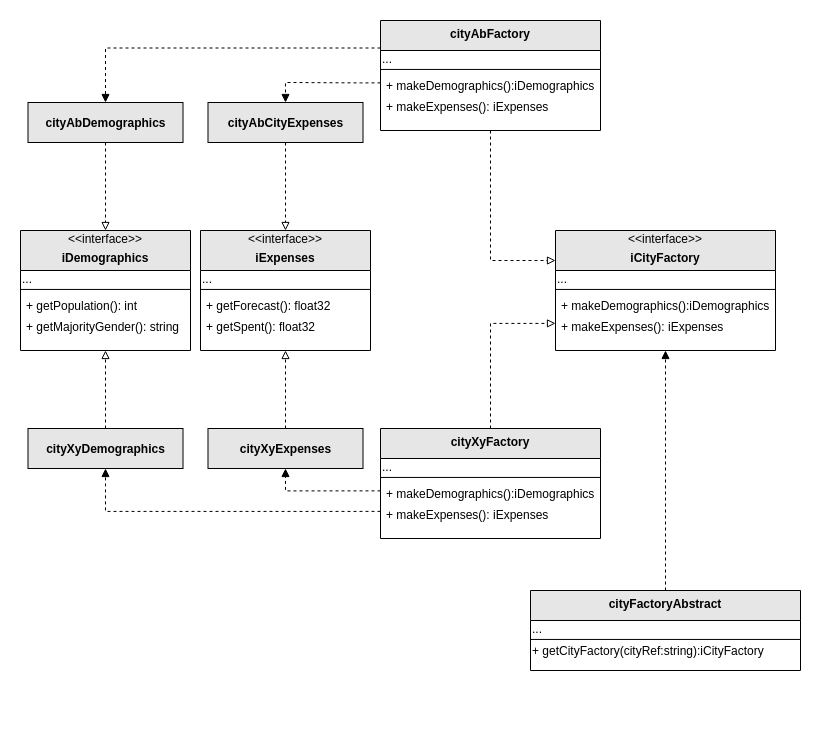
Above: AbstractFactory/sample.png in marcelkohl/go-design-patterns (draw.io), before the change. Source tidied: cells renumbered, new cells last; positions are measured from the earlier drawing's top-left corner, leaving out a move shared by most shapes.
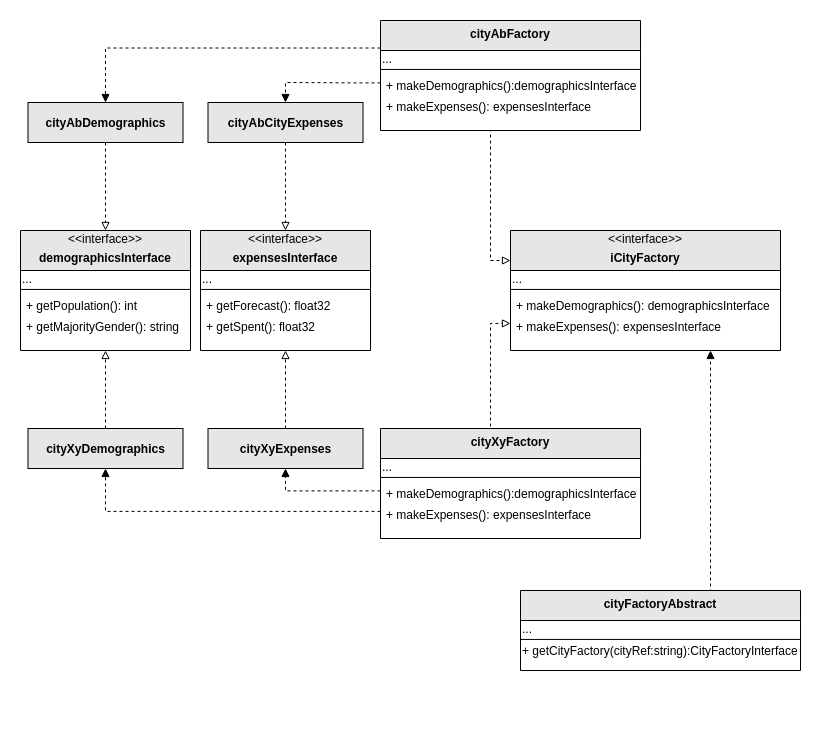
After the change.

The edit, as a diff of the source:
```diff
@@ -3,72 +3,69 @@
     <mxCell id="0" />
     <mxCell id="1" parent="0" />
     <mxCell id="2" style="group;fontFamily=Verdana;rounded=0;glass=0;" parent="1" vertex="1">
-      <mxGeometry x="535" y="210" width="220" height="120" as="geometry" />
+      <mxGeometry x="490" y="210" width="270" height="120" as="geometry" />
     </mxCell>
     <mxCell id="3" value="&#10;iCityFactory" style="swimlane;fontStyle=1;align=center;verticalAlign=top;horizontal=1;startSize=40;rounded=0;shadow=0;strokeWidth=1;fillColor=#E6E6E6;" parent="2" vertex="1">
-      <mxGeometry width="220" height="120" as="geometry" />
+      <mxGeometry width="270" height="120" as="geometry" />
     </mxCell>
     <mxCell id="4" value="..." style="text;html=1;strokeColor=none;fillColor=none;align=left;verticalAlign=middle;whiteSpace=wrap;rounded=0;" parent="3" vertex="1">
-      <mxGeometry y="40" width="220" height="15.8" as="geometry" />
+      <mxGeometry y="40" width="270" height="15.8" as="geometry" />
     </mxCell>
     <mxCell id="5" style="line;html=1;strokeWidth=1;align=left;verticalAlign=middle;spacingTop=-1;spacingLeft=3;spacingRight=3;labelPosition=right;" parent="3" vertex="1">
-      <mxGeometry y="55.8" width="220" height="6.3" as="geometry" />
+      <mxGeometry y="55.8" width="270" height="6.3" as="geometry" />
     </mxCell>
-    <mxCell id="6" value="+ makeDemographics():iDemographics" style="text;align=left;verticalAlign=top;spacingLeft=4;spacingRight=4;overflow=hidden;" parent="3" vertex="1">
-      <mxGeometry y="62.1" width="220" height="20.5" as="geometry" />
+    <mxCell id="6" value="+ makeDemographics(): demographicsInterface" style="text;align=left;verticalAlign=top;spacingLeft=4;spacingRight=4;overflow=hidden;" parent="3" vertex="1">
+      <mxGeometry y="62.1" width="270" height="20.5" as="geometry" />
     </mxCell>
-    <mxCell id="7" value="+ makeExpenses(): iExpenses" style="text;align=left;verticalAlign=top;spacingLeft=4;spacingRight=4;overflow=hidden;points=[[0,0.5],[1,0.5]];portConstraint=eastwest;" parent="3" vertex="1">
-      <mxGeometry y="82.6" width="220" height="20.5" as="geometry" />
+    <mxCell id="7" value="+ makeExpenses(): expensesInterface" style="text;align=left;verticalAlign=top;spacingLeft=4;spacingRight=4;overflow=hidden;points=[[0,0.5],[1,0.5]];portConstraint=eastwest;" parent="3" vertex="1">
+      <mxGeometry y="82.6" width="270" height="20.5" as="geometry" />
     </mxCell>
     <mxCell id="8" value="&amp;lt;&amp;lt;interface&amp;gt;&amp;gt;" style="text;html=1;strokeColor=none;fillColor=none;align=center;verticalAlign=middle;whiteSpace=wrap;rounded=0;" parent="2" vertex="1">
-      <mxGeometry width="220" height="15.8" as="geometry" />
+      <mxGeometry width="270" height="15.8" as="geometry" />
     </mxCell>
     <mxCell id="9" style="group;fontFamily=Verdana;rounded=0;glass=0;" parent="1" vertex="1">
-      <mxGeometry x="360" width="220" height="120" as="geometry" />
+      <mxGeometry x="360" width="260" height="120" as="geometry" />
     </mxCell>
     <mxCell id="10" value="cityAbFactory" style="swimlane;fontStyle=1;align=center;verticalAlign=top;horizontal=1;startSize=30;rounded=0;shadow=0;strokeWidth=1;fillColor=#E6E6E6;" parent="9" vertex="1">
-      <mxGeometry width="220" height="110" as="geometry" />
+      <mxGeometry width="260" height="110" as="geometry" />
     </mxCell>
     <mxCell id="11" value="..." style="text;html=1;strokeColor=none;fillColor=none;align=left;verticalAlign=middle;whiteSpace=wrap;rounded=0;" parent="10" vertex="1">
-      <mxGeometry y="30" width="220" height="15.8" as="geometry" />
+      <mxGeometry y="30" width="260" height="15.8" as="geometry" />
     </mxCell>
     <mxCell id="12" style="line;html=1;strokeWidth=1;align=left;verticalAlign=middle;spacingTop=-1;spacingLeft=3;spacingRight=3;labelPosition=right;" parent="10" vertex="1">
-      <mxGeometry y="45.8" width="220" height="6.3" as="geometry" />
+      <mxGeometry y="45.8" width="260" height="6.3" as="geometry" />
     </mxCell>
-    <mxCell id="13" value="+ makeDemographics():iDemographics" style="text;align=left;verticalAlign=top;spacingLeft=4;spacingRight=4;overflow=hidden;points=[[0,0.5],[1,0.5]];portConstraint=eastwest;" parent="10" vertex="1">
-      <mxGeometry y="52.1" width="220" height="20.5" as="geometry" />
+    <mxCell id="13" value="+ makeDemographics():demographicsInterface&#10;" style="text;align=left;verticalAlign=top;spacingLeft=4;spacingRight=4;overflow=hidden;points=[[0,0.5],[1,0.5]];portConstraint=eastwest;" parent="10" vertex="1">
+      <mxGeometry y="52.1" width="260" height="20.5" as="geometry" />
     </mxCell>
-    <mxCell id="14" value="+ makeExpenses(): iExpenses" style="text;align=left;verticalAlign=top;spacingLeft=4;spacingRight=4;overflow=hidden;" parent="10" vertex="1">
-      <mxGeometry y="72.6" width="220" height="20.5" as="geometry" />
+    <mxCell id="14" value="+ makeExpenses(): expensesInterface" style="text;align=left;verticalAlign=top;spacingLeft=4;spacingRight=4;overflow=hidden;" parent="10" vertex="1">
+      <mxGeometry y="72.6" width="260" height="20.5" as="geometry" />
     </mxCell>
     <mxCell id="15" style="group;fontFamily=Verdana;rounded=0;glass=0;" parent="1" vertex="1">
-      <mxGeometry x="360" y="408" width="220" height="120" as="geometry" />
+      <mxGeometry x="360" y="408" width="260" height="120" as="geometry" />
     </mxCell>
     <mxCell id="16" value="cityXyFactory" style="swimlane;fontStyle=1;align=center;verticalAlign=top;horizontal=1;startSize=30;rounded=0;shadow=0;strokeWidth=1;fillColor=#E6E6E6;" parent="15" vertex="1">
-      <mxGeometry width="220" height="110" as="geometry" />
+      <mxGeometry width="260" height="110" as="geometry" />
     </mxCell>
     <mxCell id="17" value="..." style="text;html=1;strokeColor=none;fillColor=none;align=left;verticalAlign=middle;whiteSpace=wrap;rounded=0;" parent="16" vertex="1">
-      <mxGeometry y="30" width="220" height="15.8" as="geometry" />
+      <mxGeometry y="30" width="260" height="15.8" as="geometry" />
     </mxCell>
     <mxCell id="18" style="line;html=1;strokeWidth=1;align=left;verticalAlign=middle;spacingTop=-1;spacingLeft=3;spacingRight=3;labelPosition=right;" parent="16" vertex="1">
-      <mxGeometry y="45.8" width="220" height="6.3" as="geometry" />
+      <mxGeometry y="45.8" width="260" height="6.3" as="geometry" />
     </mxCell>
-    <mxCell id="19" value="+ makeDemographics():iDemographics" style="text;align=left;verticalAlign=top;spacingLeft=4;spacingRight=4;overflow=hidden;points=[[0,0.5],[1,0.5]];portConstraint=eastwest;" parent="16" vertex="1">
-      <mxGeometry y="52.1" width="220" height="20.5" as="geometry" />
+    <mxCell id="19" value="+ makeDemographics():demographicsInterface" style="text;align=left;verticalAlign=top;spacingLeft=4;spacingRight=4;overflow=hidden;points=[[0,0.5],[1,0.5]];portConstraint=eastwest;" parent="16" vertex="1">
+      <mxGeometry y="52.1" width="260" height="20.5" as="geometry" />
     </mxCell>
-    <mxCell id="20" value="+ makeExpenses(): iExpenses" style="text;align=left;verticalAlign=top;spacingLeft=4;spacingRight=4;overflow=hidden;points=[[0,0.5],[1,0.5]];portConstraint=eastwest;" parent="16" vertex="1">
-      <mxGeometry y="72.6" width="220" height="20.5" as="geometry" />
+    <mxCell id="20" value="+ makeExpenses(): expensesInterface" style="text;align=left;verticalAlign=top;spacingLeft=4;spacingRight=4;overflow=hidden;points=[[0,0.5],[1,0.5]];portConstraint=eastwest;" parent="16" vertex="1">
+      <mxGeometry y="72.6" width="260" height="20.5" as="geometry" />
     </mxCell>
-    <mxCell id="21" style="edgeStyle=orthogonalEdgeStyle;rounded=0;jettySize=auto;html=1;exitX=0.5;exitY=1;exitDx=0;exitDy=0;entryX=0;entryY=0.25;entryDx=0;entryDy=0;fontFamily=Georgia;endArrow=block;endFill=0;dashed=1;" parent="1" edge="1" source="10" target="3">
-      <mxGeometry relative="1" as="geometry" />
-    </mxCell>
-    <mxCell id="22" style="edgeStyle=orthogonalEdgeStyle;rounded=0;jettySize=auto;html=1;exitX=0.5;exitY=0;exitDx=0;exitDy=0;entryX=0;entryY=0.5;entryDx=0;entryDy=0;dashed=1;fontFamily=Georgia;endArrow=block;endFill=0;" parent="1" edge="1" source="16" target="7">
+    <mxCell id="22" style="edgeStyle=orthogonalEdgeStyle;rounded=0;jettySize=auto;html=1;exitX=0.423;exitY=-0.018;exitDx=0;exitDy=0;entryX=0;entryY=0.5;entryDx=0;entryDy=0;dashed=1;fontFamily=Georgia;endArrow=block;endFill=0;exitPerimeter=0;" parent="1" edge="1" source="16" target="7">
       <mxGeometry relative="1" as="geometry" />
     </mxCell>
     <mxCell id="23" style="group;fontFamily=Verdana;rounded=0;glass=0;" parent="1" vertex="1">
       <mxGeometry y="210" width="170" height="120" as="geometry" />
     </mxCell>
-    <mxCell id="24" value="&#10;iDemographics" style="swimlane;fontStyle=1;align=center;verticalAlign=top;horizontal=1;startSize=40;rounded=0;shadow=0;strokeWidth=1;fillColor=#E6E6E6;" parent="23" vertex="1">
+    <mxCell id="24" value="&#10;demographicsInterface" style="swimlane;fontStyle=1;align=center;verticalAlign=top;horizontal=1;startSize=40;rounded=0;shadow=0;strokeWidth=1;fillColor=#E6E6E6;" parent="23" vertex="1">
       <mxGeometry width="170" height="120" as="geometry" />
     </mxCell>
     <mxCell id="25" value="..." style="text;html=1;strokeColor=none;fillColor=none;align=left;verticalAlign=middle;whiteSpace=wrap;rounded=0;" parent="24" vertex="1">
@@ -89,7 +86,7 @@
     <mxCell id="30" style="group;fontFamily=Verdana;rounded=0;glass=0;" parent="1" vertex="1">
       <mxGeometry x="180" y="210" width="170" height="120" as="geometry" />
     </mxCell>
-    <mxCell id="31" value="&#10;iExpenses" style="swimlane;fontStyle=1;align=center;verticalAlign=top;horizontal=1;startSize=40;rounded=0;shadow=0;strokeWidth=1;fillColor=#E6E6E6;" parent="30" vertex="1">
+    <mxCell id="31" value="&#10;expensesInterface" style="swimlane;fontStyle=1;align=center;verticalAlign=top;horizontal=1;startSize=40;rounded=0;shadow=0;strokeWidth=1;fillColor=#E6E6E6;" parent="30" vertex="1">
       <mxGeometry width="170" height="120" as="geometry" />
     </mxCell>
     <mxCell id="32" value="..." style="text;html=1;strokeColor=none;fillColor=none;align=left;verticalAlign=middle;whiteSpace=wrap;rounded=0;" parent="31" vertex="1">
@@ -108,22 +105,27 @@
       <mxGeometry width="170" height="15.8" as="geometry" />
     </mxCell>
     <mxCell id="37" style="group;fontFamily=Verdana;rounded=0;glass=0;" parent="1" vertex="1">
-      <mxGeometry x="510" y="570" width="270" height="120" as="geometry" />
+      <mxGeometry x="400" y="570" width="380" height="120" as="geometry" />
     </mxCell>
     <mxCell id="38" value="cityFactoryAbstract" style="swimlane;fontStyle=1;align=center;verticalAlign=top;horizontal=1;startSize=30;rounded=0;shadow=0;strokeWidth=1;fillColor=#E6E6E6;" parent="37" vertex="1">
-      <mxGeometry width="270" height="80" as="geometry" />
+      <mxGeometry x="100" width="280" height="80" as="geometry" />
     </mxCell>
     <mxCell id="39" value="..." style="text;html=1;strokeColor=none;fillColor=none;align=left;verticalAlign=middle;whiteSpace=wrap;rounded=0;" parent="38" vertex="1">
-      <mxGeometry y="30" width="270" height="15.8" as="geometry" />
+      <mxGeometry y="30" width="280" height="15.8" as="geometry" />
     </mxCell>
     <mxCell id="40" style="line;html=1;strokeWidth=1;align=left;verticalAlign=middle;spacingTop=-1;spacingLeft=3;spacingRight=3;labelPosition=right;" parent="38" vertex="1">
-      <mxGeometry y="45.8" width="270" height="6.3" as="geometry" />
+      <mxGeometry y="45.8" width="280" height="6.3" as="geometry" />
     </mxCell>
-    <mxCell id="41" value="&lt;div&gt;+ getCityFactory(cityRef:string):iCityFactory&lt;/div&gt;" style="text;html=1;strokeColor=none;fillColor=none;align=left;verticalAlign=middle;whiteSpace=wrap;rounded=0;" parent="38" vertex="1">
-      <mxGeometry y="52.1" width="270" height="15.8" as="geometry" />
+    <mxCell id="41" value="&lt;div&gt;+ getCityFactory(cityRef:string):CityFactoryInterface&lt;/div&gt;" style="text;html=1;strokeColor=none;fillColor=none;align=left;verticalAlign=middle;whiteSpace=wrap;rounded=0;" parent="38" vertex="1">
+      <mxGeometry y="52.1" width="280" height="15.8" as="geometry" />
     </mxCell>
-    <mxCell id="42" style="edgeStyle=orthogonalEdgeStyle;rounded=0;jettySize=auto;html=1;exitX=0.5;exitY=0;exitDx=0;exitDy=0;entryX=0.5;entryY=1;entryDx=0;entryDy=0;dashed=1;fontFamily=Georgia;endArrow=block;endFill=1;" parent="1" edge="1" source="38" target="3">
-      <mxGeometry relative="1" as="geometry" />
+    <mxCell id="42" style="edgeStyle=orthogonalEdgeStyle;rounded=0;jettySize=auto;html=1;exitX=0.75;exitY=0;exitDx=0;exitDy=0;dashed=1;fontFamily=Georgia;endArrow=block;endFill=1;" parent="1" edge="1" source="38">
+      <mxGeometry relative="1" as="geometry">
+        <mxPoint x="690" y="330" as="targetPoint" />
+        <Array as="points">
+          <mxPoint x="690" y="570" />
+        </Array>
+      </mxGeometry>
     </mxCell>
     <mxCell id="43" style="edgeStyle=orthogonalEdgeStyle;rounded=0;jettySize=auto;html=1;exitX=0.5;exitY=0;exitDx=0;exitDy=0;entryX=0.5;entryY=1;entryDx=0;entryDy=0;dashed=1;fontFamily=Verdana;endArrow=block;endFill=0;" parent="1" edge="1" source="44" target="31">
       <mxGeometry relative="1" as="geometry" />
@@ -161,5 +163,10 @@
     <mxCell id="54" value="&lt;font face=&quot;Helvetica&quot;&gt;cityAb&lt;/font&gt;&lt;font face=&quot;Helvetica&quot;&gt;Demographics&lt;/font&gt;" style="rounded=0;whiteSpace=wrap;html=1;glass=0;fontFamily=Verdana;fillColor=#E6E6E6;align=center;fontStyle=1;" parent="1" vertex="1">
       <mxGeometry x="7.5" y="82" width="155" height="40" as="geometry" />
     </mxCell>
+    <mxCell id="55" style="edgeStyle=orthogonalEdgeStyle;rounded=0;jettySize=auto;html=1;entryX=0;entryY=0.25;entryDx=0;entryDy=0;dashed=1;fontFamily=Verdana;endArrow=block;endFill=0;" parent="1" edge="1" target="3">
+      <mxGeometry relative="1" as="geometry">
+        <mxPoint x="450" y="110" as="sourcePoint" />
+      </mxGeometry>
+    </mxCell>
   </root>
 </mxGraphModel>
```
